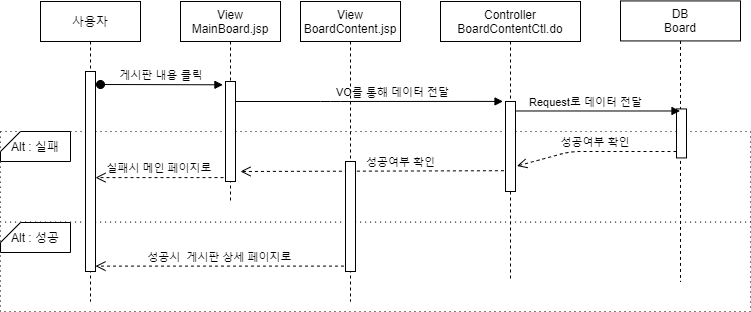
The draw.io diagram Document/Sequence_Diagram/board/Board_Sequence_Diagram-BoardContent.png in JungCG/PotatoMarket, before a commit. Source tidied: cells renumbered, new cells last; positions are measured from the earlier drawing's top-left corner, leaving out a move shared by most shapes. The source it was exported from:
```xml
<mxGraphModel>
  <root>
    <mxCell id="0" />
    <mxCell id="1" parent="0" />
    <mxCell id="2" style="rounded=0;whiteSpace=wrap;html=1;dashed=1;dashPattern=1 4;" parent="1" vertex="1">
      <mxGeometry y="221" width="750" height="90" as="geometry" />
    </mxCell>
    <mxCell id="3" style="rounded=0;whiteSpace=wrap;html=1;dashed=1;dashPattern=1 4;" parent="1" vertex="1">
      <mxGeometry y="131" width="750" height="90.6" as="geometry" />
    </mxCell>
    <mxCell id="4" value="사용자" style="shape=umlLifeline;perimeter=lifelinePerimeter;rounded=0;shadow=0;strokeWidth=1;" parent="1" vertex="1">
      <mxGeometry x="40" y="1" width="100" height="300" as="geometry" />
    </mxCell>
    <mxCell id="5" style="points=[];perimeter=orthogonalPerimeter;rounded=0;shadow=0;strokeWidth=1;" parent="4" vertex="1">
      <mxGeometry x="45" y="70" width="10" height="200" as="geometry" />
    </mxCell>
    <mxCell id="6" value="실패시 메인 페이지로" style="verticalAlign=bottom;endArrow=open;dashed=1;endSize=8;shadow=0;strokeWidth=1;exitX=-0.2;exitY=0.961;exitDx=0;exitDy=0;exitPerimeter=0;" parent="1" edge="1" source="20" target="5">
      <mxGeometry relative="1" as="geometry" />
    </mxCell>
    <mxCell id="7" value="Controller&#10;BoardContentCtl.do" style="shape=umlLifeline;perimeter=lifelinePerimeter;rounded=0;shadow=0;strokeWidth=1;" parent="1" vertex="1">
      <mxGeometry x="440" y="1" width="140" height="280" as="geometry" />
    </mxCell>
    <mxCell id="8" style="points=[];perimeter=orthogonalPerimeter;rounded=0;shadow=0;strokeWidth=1;" parent="7" vertex="1">
      <mxGeometry x="65" y="100" width="10" height="90" as="geometry" />
    </mxCell>
    <mxCell id="9" value="DB&#10;Board" style="shape=umlLifeline;perimeter=lifelinePerimeter;rounded=0;shadow=0;strokeWidth=1;" parent="1" vertex="1">
      <mxGeometry x="620" y="0.4" width="120" height="280.6" as="geometry" />
    </mxCell>
    <mxCell id="10" style="points=[];perimeter=orthogonalPerimeter;rounded=0;shadow=0;strokeWidth=1;" parent="9" vertex="1">
      <mxGeometry x="56" y="108" width="10" height="49" as="geometry" />
    </mxCell>
    <mxCell id="11" style="verticalAlign=bottom;endArrow=block;shadow=0;strokeWidth=1;entryX=-0.248;entryY=-0.001;entryDx=0;entryDy=0;entryPerimeter=0;" parent="1" edge="1" source="19" target="8">
      <mxGeometry relative="1" as="geometry">
        <Array as="points">
          <mxPoint x="330" y="101" />
        </Array>
      </mxGeometry>
    </mxCell>
    <mxCell id="12" value="Request로 데이터 전달" style="edgeLabel;html=1;align=center;verticalAlign=middle;" parent="11" vertex="1">
      <mxGeometry y="3" relative="1" as="geometry">
        <mxPoint x="219.1" y="3" as="offset" />
      </mxGeometry>
    </mxCell>
    <mxCell id="13" style="verticalAlign=bottom;endArrow=block;shadow=0;strokeWidth=1;exitX=0.532;exitY=0.391;exitDx=0;exitDy=0;exitPerimeter=0;" parent="1" edge="1" source="7" target="9">
      <mxGeometry relative="1" as="geometry" />
    </mxCell>
    <mxCell id="14" value="VO를 통해 데이터 전달" style="edgeLabel;html=1;align=center;verticalAlign=middle;" parent="13" vertex="1">
      <mxGeometry y="3" relative="1" as="geometry">
        <mxPoint x="-204.6" y="-16.4" as="offset" />
      </mxGeometry>
    </mxCell>
    <mxCell id="15" value="성공여부 확인" style="verticalAlign=bottom;endArrow=open;dashed=1;endSize=8;shadow=0;strokeWidth=1;exitX=-0.158;exitY=0.769;exitDx=0;exitDy=0;exitPerimeter=0;entryX=1.5;entryY=0.9;entryDx=0;entryDy=0;entryPerimeter=0;" parent="1" edge="1" source="8" target="20">
      <mxGeometry x="-0.21" relative="1" as="geometry" />
    </mxCell>
    <mxCell id="16" value="성공여부 확인" style="verticalAlign=bottom;endArrow=open;dashed=1;endSize=8;shadow=0;strokeWidth=1;entryX=1.152;entryY=0.717;entryDx=0;entryDy=0;entryPerimeter=0;" parent="1" edge="1" source="10" target="8">
      <mxGeometry relative="1" as="geometry">
        <Array as="points">
          <mxPoint x="570" y="151" />
        </Array>
      </mxGeometry>
    </mxCell>
    <mxCell id="17" value="Alt : 성공" style="shape=card;whiteSpace=wrap;html=1;size=20;rotation=0;" parent="1" vertex="1">
      <mxGeometry y="222" width="70" height="30" as="geometry" />
    </mxCell>
    <mxCell id="18" value="Alt : 실패" style="shape=card;whiteSpace=wrap;html=1;size=20;rotation=0;" parent="1" vertex="1">
      <mxGeometry y="131" width="70" height="30" as="geometry" />
    </mxCell>
    <mxCell id="19" value="View&#10;MainBoard.jsp" style="shape=umlLifeline;perimeter=lifelinePerimeter;rounded=0;shadow=0;strokeWidth=1;" parent="1" vertex="1">
      <mxGeometry x="180" y="1" width="100" height="200" as="geometry" />
    </mxCell>
    <mxCell id="20" style="points=[];perimeter=orthogonalPerimeter;rounded=0;shadow=0;strokeWidth=1;" parent="19" vertex="1">
      <mxGeometry x="45" y="80" width="10" height="100" as="geometry" />
    </mxCell>
    <mxCell id="21" value="게시판 내용 클릭" style="verticalAlign=bottom;startArrow=oval;endArrow=block;startSize=8;shadow=0;strokeWidth=1;entryX=-0.255;entryY=0.033;entryDx=0;entryDy=0;entryPerimeter=0;" parent="1" edge="1" target="20">
      <mxGeometry relative="1" as="geometry">
        <mxPoint x="100" y="84" as="sourcePoint" />
      </mxGeometry>
    </mxCell>
    <mxCell id="22" value="성공시  게시판 상세 페이지로" style="verticalAlign=bottom;endArrow=open;dashed=1;endSize=8;shadow=0;strokeWidth=1;exitX=-0.152;exitY=0.951;exitDx=0;exitDy=0;exitPerimeter=0;" parent="1" edge="1" source="24" target="5">
      <mxGeometry relative="1" as="geometry" />
    </mxCell>
    <mxCell id="23" value="View&#10;BoardContent.jsp" style="shape=umlLifeline;perimeter=lifelinePerimeter;rounded=0;shadow=0;strokeWidth=1;" parent="1" vertex="1">
      <mxGeometry x="300" y="1" width="100" height="300" as="geometry" />
    </mxCell>
    <mxCell id="24" style="points=[];perimeter=orthogonalPerimeter;rounded=0;shadow=0;strokeWidth=1;" parent="23" vertex="1">
      <mxGeometry x="45" y="160" width="10" height="110" as="geometry" />
    </mxCell>
  </root>
</mxGraphModel>
```
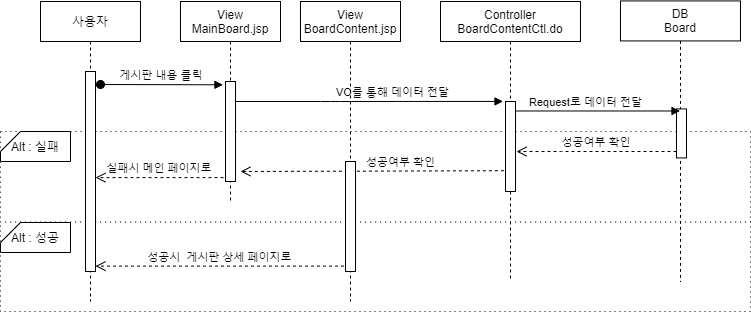
After the commit.

The edit, as a diff of the source:
```diff
@@ -52,7 +52,7 @@
     <mxCell id="15" value="성공여부 확인" style="verticalAlign=bottom;endArrow=open;dashed=1;endSize=8;shadow=0;strokeWidth=1;exitX=-0.158;exitY=0.769;exitDx=0;exitDy=0;exitPerimeter=0;entryX=1.5;entryY=0.9;entryDx=0;entryDy=0;entryPerimeter=0;" parent="1" edge="1" source="8" target="20">
       <mxGeometry x="-0.21" relative="1" as="geometry" />
     </mxCell>
-    <mxCell id="16" value="성공여부 확인" style="verticalAlign=bottom;endArrow=open;dashed=1;endSize=8;shadow=0;strokeWidth=1;entryX=1.152;entryY=0.717;entryDx=0;entryDy=0;entryPerimeter=0;" parent="1" edge="1" source="10" target="8">
+    <mxCell id="16" value="성공여부 확인" style="verticalAlign=bottom;endArrow=open;dashed=1;endSize=8;shadow=0;strokeWidth=1;entryX=1.1;entryY=0.556;entryDx=0;entryDy=0;entryPerimeter=0;" parent="1" edge="1" source="10" target="8">
       <mxGeometry relative="1" as="geometry">
         <Array as="points">
           <mxPoint x="570" y="151" />
```
